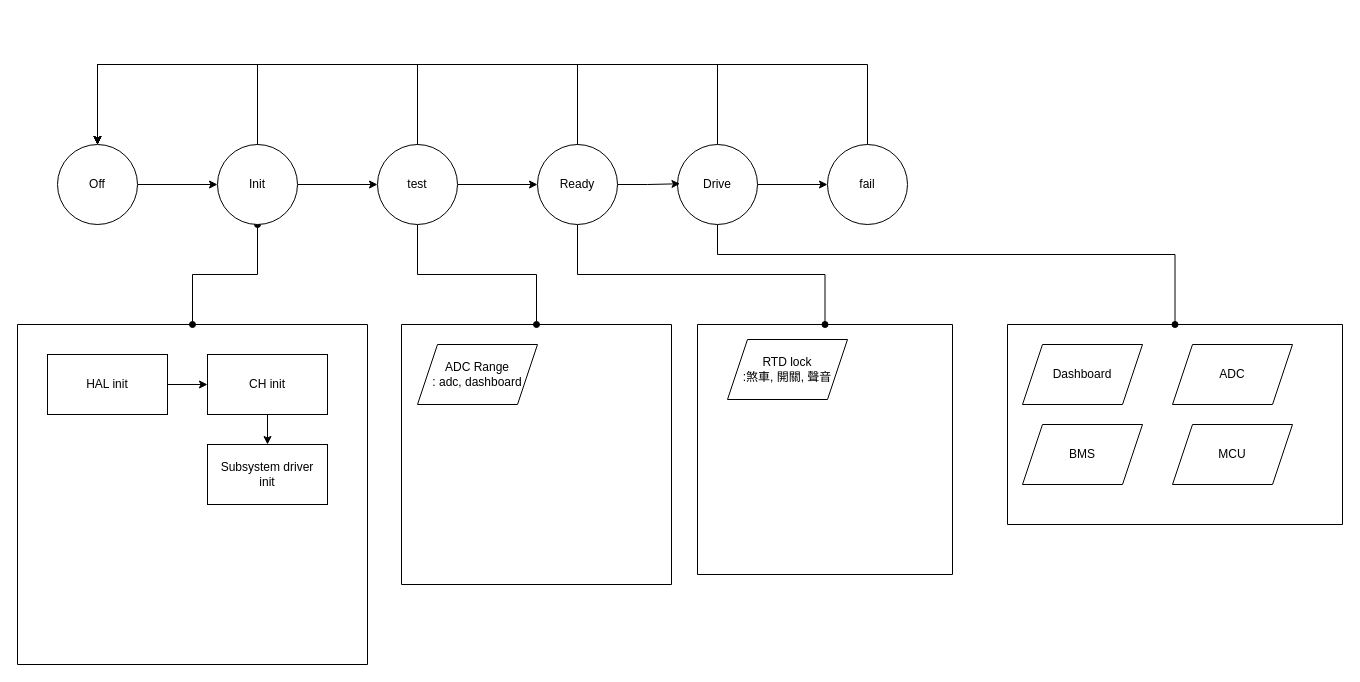
This is page "state machine" (1 of 2) of draw io/vcu 流程圖.drawio from NYCUVRC/graph, a draw.io file, before an edit. Source tidied: cells renumbered, new cells numbered last; positions are measured from the earlier drawing's top-left corner, leaving out a move shared by most shapes. Both pictures are drawn from the tidied source at 100%, with x=0, y=0 at pixel (17, 64).
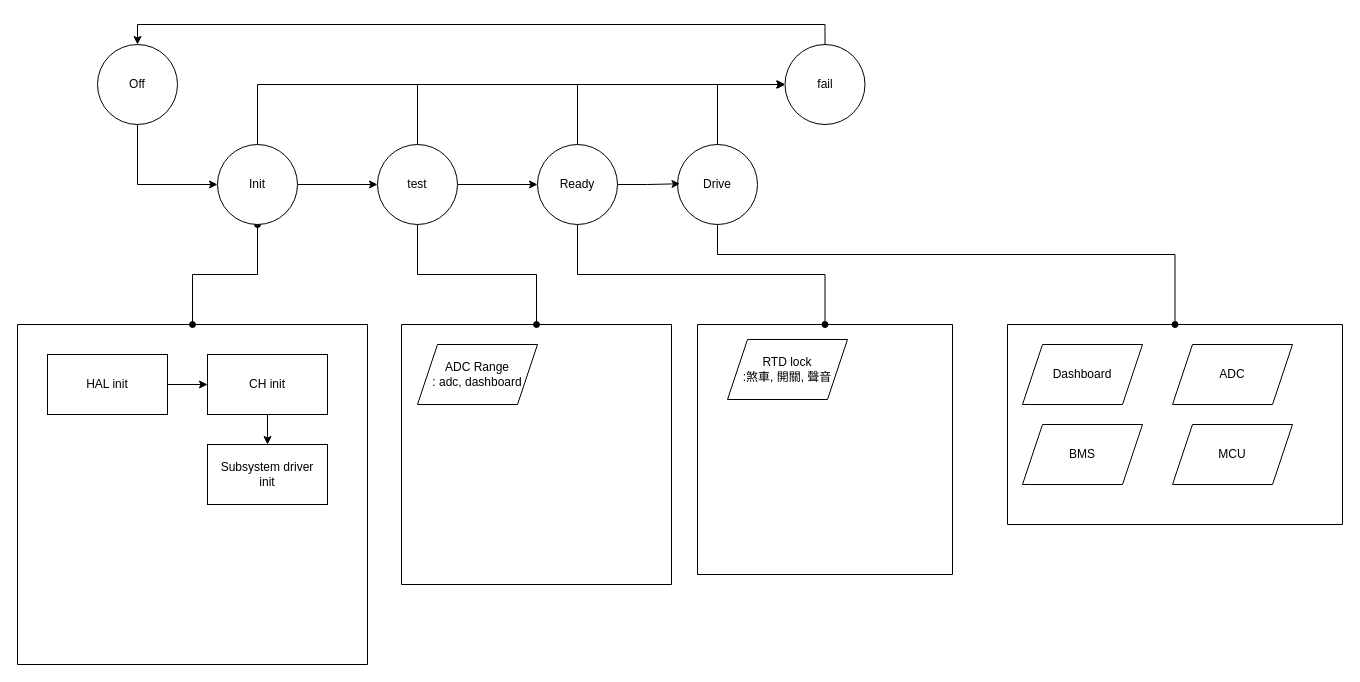
Above is the later version.

Commit message:
更新vcu 流程圖.drawio

The change refers to these unchanged cells:
```xml
<mxCell id="6" value="Init" style="ellipse;whiteSpace=wrap;html=1;" parent="1" vertex="1">
  <mxGeometry x="200" y="80" width="80" height="80" as="geometry" />
</mxCell>
<mxCell id="9" value="test" style="ellipse;whiteSpace=wrap;html=1;" parent="1" vertex="1">
  <mxGeometry x="360" y="80" width="80" height="80" as="geometry" />
</mxCell>
<mxCell id="17" value="Drive" style="ellipse;whiteSpace=wrap;html=1;" parent="1" vertex="1">
  <mxGeometry x="660" y="80" width="80" height="80" as="geometry" />
</mxCell>
<mxCell id="21" value="Ready" style="ellipse;whiteSpace=wrap;html=1;" parent="1" vertex="1">
  <mxGeometry x="520" y="80" width="80" height="80" as="geometry" />
</mxCell>
```

Change to the diagram source:
```diff
@@
-    <mxCell id="2" style="edgeStyle=orthogonalEdgeStyle;rounded=0;jettySize=auto;html=1;" parent="1" edge="1" source="3" target="6">
+    <mxCell id="2" style="edgeStyle=orthogonalEdgeStyle;rounded=0;jettySize=auto;html=1;exitX=0.5;exitY=1;exitDx=0;exitDy=0;entryX=0;entryY=0.5;entryDx=0;entryDy=0;" parent="1" edge="1" source="3" target="6">
       <mxGeometry relative="1" as="geometry" />
     </mxCell>
     <mxCell id="3" value="Off" style="ellipse;whiteSpace=wrap;html=1;" parent="1" vertex="1">
-      <mxGeometry x="40" y="80" width="80" height="80" as="geometry" />
+      <mxGeometry x="80" y="-20" width="80" height="80" as="geometry" />
     </mxCell>
@@
+    <mxCell id="37" style="edgeStyle=orthogonalEdgeStyle;rounded=0;jettySize=auto;html=1;exitX=0.5;exitY=0;exitDx=0;exitDy=0;entryX=0;entryY=0.5;entryDx=0;entryDy=0;" parent="1" edge="1" source="6" target="12">
+      <mxGeometry relative="1" as="geometry" />
+    </mxCell>
@@
+    <mxCell id="38" style="edgeStyle=orthogonalEdgeStyle;rounded=0;jettySize=auto;html=1;exitX=0.5;exitY=0;exitDx=0;exitDy=0;entryX=0;entryY=0.5;entryDx=0;entryDy=0;" parent="1" edge="1" source="9" target="12">
+      <mxGeometry relative="1" as="geometry" />
+    </mxCell>
@@
-    <mxCell id="10" style="edgeStyle=orthogonalEdgeStyle;rounded=0;jettySize=auto;html=1;exitX=0.5;exitY=0;exitDx=0;exitDy=0;entryX=0.5;entryY=0;entryDx=0;entryDy=0;" parent="1" edge="1" source="17" target="3">
-      <mxGeometry relative="1" as="geometry">
-        <Array as="points">
-          <mxPoint x="700" />
-          <mxPoint x="80" />
-        </Array>
-      </mxGeometry>
-    </mxCell>
     <mxCell id="11" style="edgeStyle=orthogonalEdgeStyle;rounded=0;jettySize=auto;html=1;exitX=0.5;exitY=0;exitDx=0;exitDy=0;entryX=0.5;entryY=0;entryDx=0;entryDy=0;" parent="1" edge="1" source="12" target="3">
-      <mxGeometry relative="1" as="geometry">
-        <Array as="points">
-          <mxPoint x="850" />
-          <mxPoint x="80" />
-        </Array>
-      </mxGeometry>
+      <mxGeometry relative="1" as="geometry" />
     </mxCell>
     <mxCell id="12" value="fail" style="ellipse;whiteSpace=wrap;html=1;" parent="1" vertex="1">
-      <mxGeometry x="810" y="80" width="80" height="80" as="geometry" />
+      <mxGeometry x="767.5" y="-20" width="80" height="80" as="geometry" />
     </mxCell>
@@
-    <mxCell id="15" style="edgeStyle=orthogonalEdgeStyle;rounded=0;jettySize=auto;html=1;exitX=1;exitY=0.5;exitDx=0;exitDy=0;entryX=0;entryY=0.5;entryDx=0;entryDy=0;" parent="1" edge="1" source="17" target="12">
+    <mxCell id="15" style="edgeStyle=orthogonalEdgeStyle;rounded=0;jettySize=auto;html=1;exitX=0.5;exitY=0;exitDx=0;exitDy=0;entryX=0;entryY=0.5;entryDx=0;entryDy=0;" parent="1" edge="1" source="17" target="12">
       <mxGeometry relative="1" as="geometry" />
     </mxCell>
@@
+    <mxCell id="39" style="edgeStyle=orthogonalEdgeStyle;rounded=0;jettySize=auto;html=1;exitX=0.5;exitY=0;exitDx=0;exitDy=0;entryX=0;entryY=0.5;entryDx=0;entryDy=0;" parent="1" edge="1" source="21" target="12">
+      <mxGeometry relative="1" as="geometry" />
+    </mxCell>
@@
-    <mxCell id="34" style="endArrow=classic;html=1;rounded=0;exitX=0.5;exitY=0;exitDx=0;exitDy=0;entryX=0.5;entryY=0;entryDx=0;entryDy=0;edgeStyle=orthogonalEdgeStyle;" parent="1" edge="1" source="6" target="3">
-      <mxGeometry relative="1" as="geometry">
-        <Array as="points">
-          <mxPoint x="240" />
-          <mxPoint x="80" />
-        </Array>
-      </mxGeometry>
-    </mxCell>
-    <mxCell id="35" style="endArrow=classic;html=1;rounded=0;exitX=0.5;exitY=0;exitDx=0;exitDy=0;entryX=0.5;entryY=0;entryDx=0;entryDy=0;edgeStyle=elbowEdgeStyle;elbow=vertical;" parent="1" edge="1" source="9" target="3">
-      <mxGeometry relative="1" as="geometry">
-        <Array as="points">
-          <mxPoint x="240" />
-        </Array>
-      </mxGeometry>
-    </mxCell>
-    <mxCell id="36" style="endArrow=classic;html=1;rounded=0;exitX=0.5;exitY=0;exitDx=0;exitDy=0;entryX=0.5;entryY=0;entryDx=0;entryDy=0;edgeStyle=elbowEdgeStyle;elbow=vertical;" parent="1" edge="1" source="21" target="3">
-      <mxGeometry relative="1" as="geometry">
-        <Array as="points">
-          <mxPoint x="320" />
-        </Array>
-      </mxGeometry>
-    </mxCell>
```
